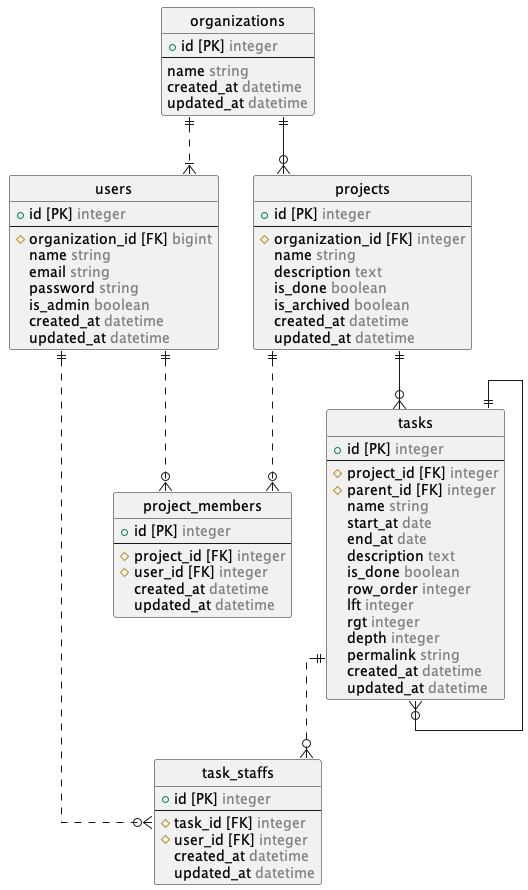
Above: docs/erd/out/relation/erd.png in musashi-634/taskwith (PlantUML), before the change.
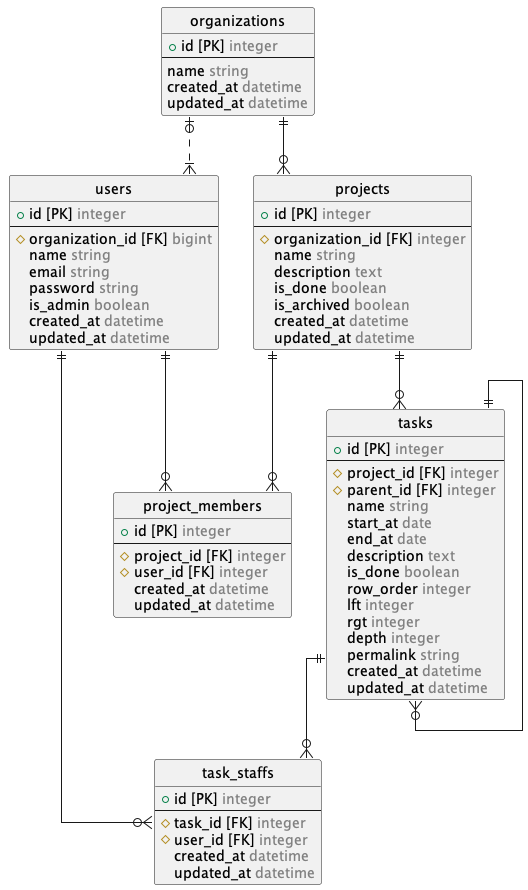
Above is the later version.

Commit message:
docs: #78 ER図のリレーションの書き方を修正する

Change to the diagram source:
```diff
@@ -7,12 +7,12 @@
   skinparam linetype ortho
 
   organizations ||--o{ projects
-  organizations ||..|{ users
+  organizations |o..|{ users
   projects ||--o{ tasks
-  projects ||..o{ project_members
+  projects ||--o{ project_members
   tasks ||--o{ tasks
-  tasks ||..o{ task_staffs
-  users ||..o{ project_members
-  users ||..o{ task_staffs
+  tasks ||--o{ task_staffs
+  users ||--o{ project_members
+  users ||--o{ task_staffs
 
 @enduml
```
